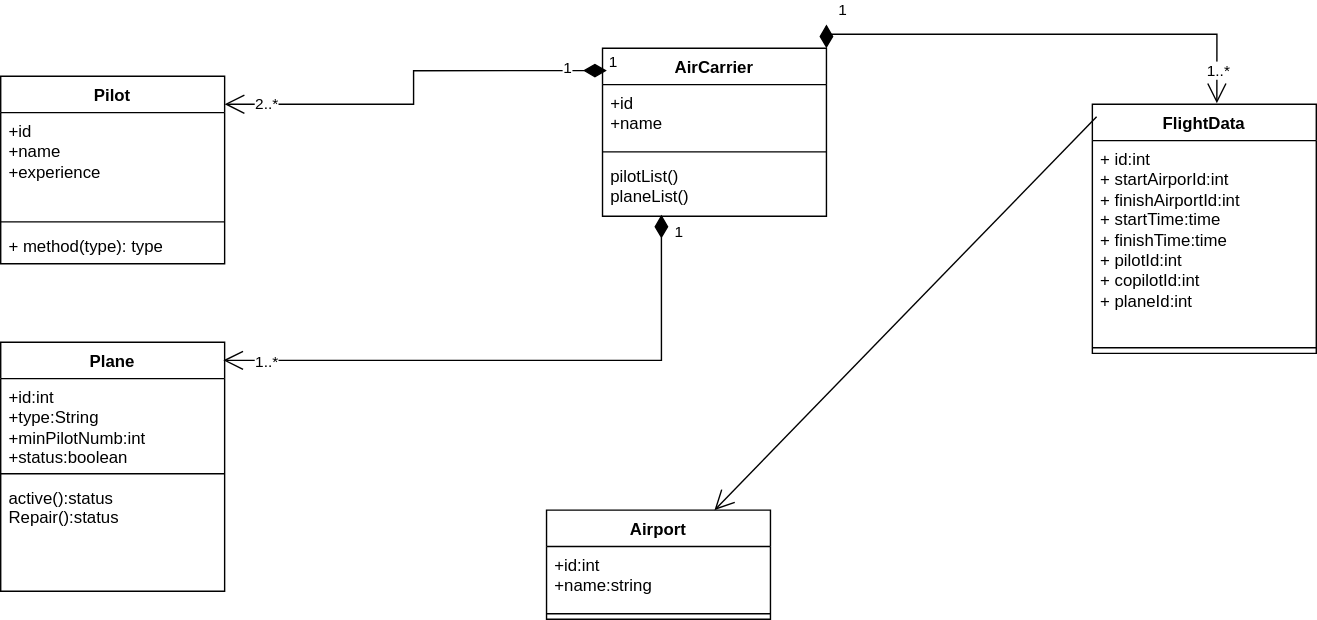
This is AiportManagementSys.drawio.svg from orhanozyurtt/UML-FILES, a draw.io export, as it was before one commit. Source tidied: cells renumbered, new cells last; positions are measured from the earlier drawing's top-left corner, leaving out a move shared by most shapes.
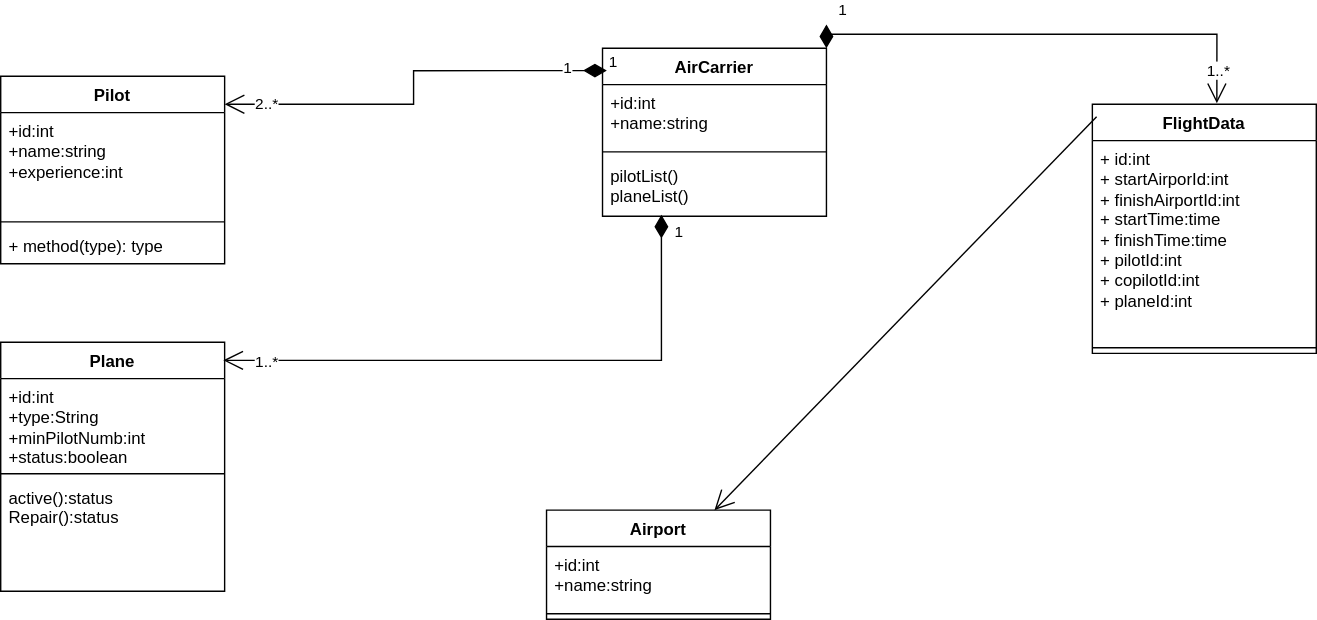
Above is the later version.

What changed in the source:
```diff
@@ -5,7 +5,7 @@
     <mxCell id="2" value="AirCarrier" style="swimlane;fontStyle=1;align=center;verticalAlign=top;horizontal=1;startSize=26;whiteSpace=wrap;html=1;" parent="1" vertex="1">
       <mxGeometry x="430" width="160" height="120" as="geometry" />
     </mxCell>
-    <mxCell id="3" value="+id&lt;br&gt;+name" style="text;strokeColor=none;fillColor=none;align=left;verticalAlign=top;spacingLeft=4;spacingRight=4;overflow=hidden;whiteSpace=wrap;html=1;" parent="2" vertex="1">
+    <mxCell id="3" value="+id:int&lt;br&gt;+name:string" style="text;strokeColor=none;fillColor=none;align=left;verticalAlign=top;spacingLeft=4;spacingRight=4;overflow=hidden;whiteSpace=wrap;html=1;" parent="2" vertex="1">
       <mxGeometry y="26" width="160" height="44" as="geometry" />
     </mxCell>
     <mxCell id="4" style="line;strokeWidth=1;fillColor=none;align=left;verticalAlign=middle;spacingTop=-1;spacingLeft=3;spacingRight=3;labelPosition=right;strokeColor=inherit;" parent="2" vertex="1">
@@ -47,7 +47,7 @@
     <mxCell id="16" value="Pilot" style="swimlane;fontStyle=1;align=center;verticalAlign=top;horizontal=1;startSize=26;whiteSpace=wrap;html=1;" parent="1" vertex="1">
       <mxGeometry y="20" width="160" height="134" as="geometry" />
     </mxCell>
-    <mxCell id="17" value="+id&lt;br&gt;+name&lt;br&gt;+experience" style="text;strokeColor=none;fillColor=none;align=left;verticalAlign=top;spacingLeft=4;spacingRight=4;overflow=hidden;whiteSpace=wrap;html=1;" parent="16" vertex="1">
+    <mxCell id="17" value="+id:int&lt;br&gt;+name:string&lt;br&gt;+experience:int" style="text;strokeColor=none;fillColor=none;align=left;verticalAlign=top;spacingLeft=4;spacingRight=4;overflow=hidden;whiteSpace=wrap;html=1;" parent="16" vertex="1">
       <mxGeometry y="26" width="160" height="74" as="geometry" />
     </mxCell>
     <mxCell id="18" style="line;strokeWidth=1;fillColor=none;align=left;verticalAlign=middle;spacingTop=-1;spacingLeft=3;spacingRight=3;labelPosition=right;strokeColor=inherit;" parent="16" vertex="1">
```
